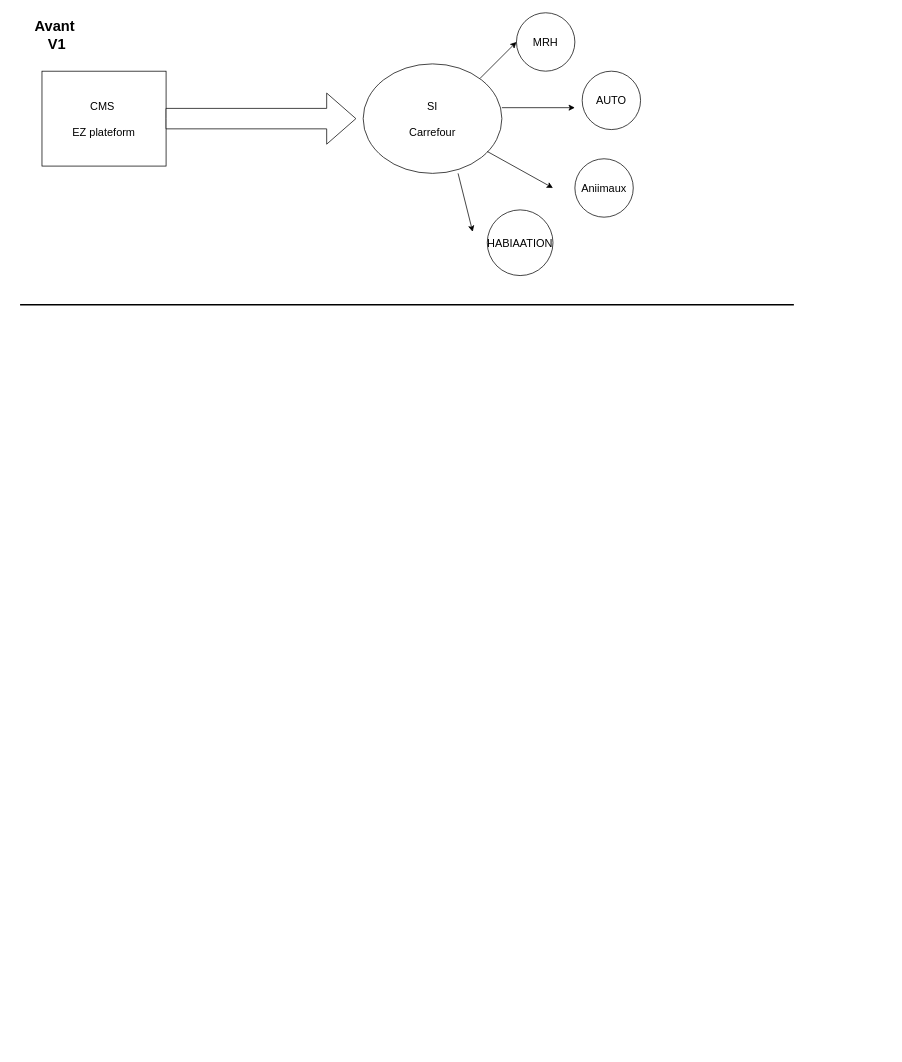
This is Untitled Diagram.drawio from aymenham/location-voiture-app, a draw.io file, before an edit. Source tidied: cells renumbered, new cells numbered last; positions are measured from the earlier drawing's top-left corner, leaving out a move shared by most shapes. Both pictures are drawn from the tidied source at 73%, with x=0, y=0 at pixel (20, 12).
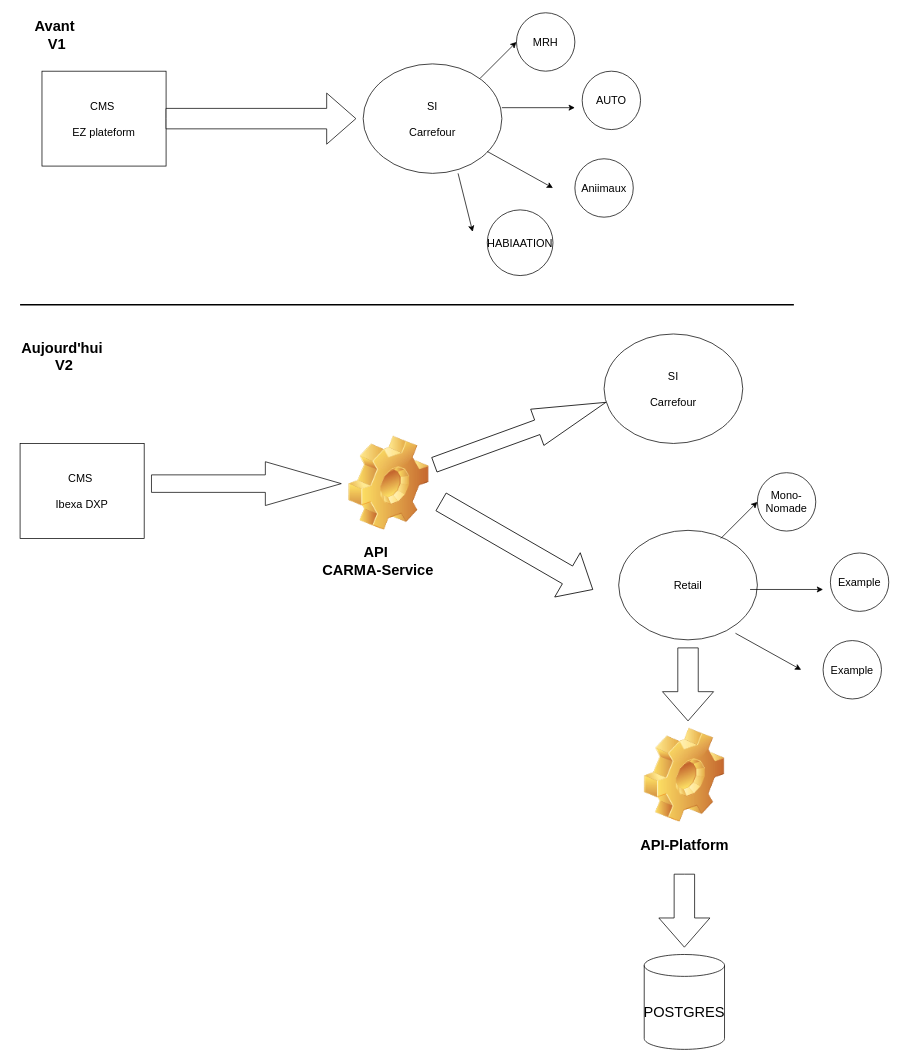
Above is the later version.

The edit, as a diff of the source:
```diff
@@
+    <mxCell id="15" value="Aujourd'hui&amp;nbsp;&lt;br style=&quot;font-size: 20px;&quot;&gt;V2" style="text;html=1;align=center;verticalAlign=middle;strokeColor=none;fillColor=none;fontSize=20;fontStyle=1;" parent="1" vertex="1">
+      <mxGeometry x="-10" y="440" width="140" height="60" as="geometry" />
+    </mxCell>
+    <mxCell id="16" value="&lt;font style=&quot;font-size: 15px;&quot;&gt;CMS&amp;nbsp;&lt;br&gt;&lt;br&gt;Ibexa DXP&lt;/font&gt;" style="rounded=0;whiteSpace=wrap;html=1;" parent="1" vertex="1">
+      <mxGeometry y="590" width="170" height="130" as="geometry" />
+    </mxCell>
+    <mxCell id="17" value="SI&lt;br&gt;&lt;br&gt;Carrefour" style="ellipse;whiteSpace=wrap;html=1;fontSize=15;" parent="1" vertex="1">
+      <mxGeometry x="800" y="440" width="190" height="150" as="geometry" />
+    </mxCell>
+    <mxCell id="18" style="shape=image;html=1;verticalLabelPosition=bottom;verticalAlign=top;imageAspect=1;image=img/clipart/Gear_128x128.png;fontSize=20;" parent="1" vertex="1">
+      <mxGeometry x="450" y="580" width="110" height="129" as="geometry" />
+    </mxCell>
+    <mxCell id="19" style="shape=singleArrow;whiteSpace=wrap;html=1;arrowWidth=0.4;arrowSize=0.4;fontSize=20;verticalAlign=top;rotation=-20;" parent="1" vertex="1">
+      <mxGeometry x="560" y="550" width="250" height="52.8" as="geometry" />
+    </mxCell>
+    <mxCell id="20" style="shape=singleArrow;whiteSpace=wrap;html=1;arrowWidth=0.4;arrowSize=0.4;rounded=0;" parent="1" vertex="1">
+      <mxGeometry x="180" y="615" width="260" height="60" as="geometry" />
+    </mxCell>
+    <mxCell id="21" value="API&amp;nbsp;&lt;br style=&quot;font-size: 20px;&quot;&gt;CARMA-Service" style="text;html=1;align=center;verticalAlign=middle;strokeColor=none;fillColor=none;fontSize=20;fontStyle=1;" parent="1" vertex="1">
+      <mxGeometry x="400" y="720" width="180" height="60" as="geometry" />
+    </mxCell>
+    <mxCell id="22" style="html=1;shadow=0;dashed=0;align=center;verticalAlign=middle;shape=mxgraph.arrows2.arrow;dy=0.6;dx=40;notch=0;fontSize=20;rotation=30;" parent="1" vertex="1">
+      <mxGeometry x="560.6" y="695" width="240" height="70" as="geometry" />
+    </mxCell>
+    <mxCell id="23" value="Retail" style="ellipse;whiteSpace=wrap;html=1;fontSize=15;" parent="1" vertex="1">
+      <mxGeometry x="820" y="709" width="190" height="150" as="geometry" />
+    </mxCell>
+    <mxCell id="24" style="endArrow=classic;html=1;rounded=0;fontSize=15;strokeColor=#000000;" parent="1" edge="1">
+      <mxGeometry relative="1" as="geometry">
+        <mxPoint x="960" y="720" as="sourcePoint" />
+        <mxPoint x="1010" y="670" as="targetPoint" />
+      </mxGeometry>
+    </mxCell>
+    <mxCell id="25" value="Mono-Nomade" style="ellipse;whiteSpace=wrap;html=1;fontSize=15;" parent="1" vertex="1">
+      <mxGeometry x="1010" y="630" width="80" height="80" as="geometry" />
+    </mxCell>
+    <mxCell id="26" style="endArrow=classic;html=1;rounded=0;fontSize=15;strokeColor=#000000;" parent="1" edge="1">
+      <mxGeometry relative="1" as="geometry">
+        <mxPoint x="1000" y="790" as="sourcePoint" />
+        <mxPoint x="1100" y="790" as="targetPoint" />
+      </mxGeometry>
+    </mxCell>
+    <mxCell id="27" style="endArrow=classic;html=1;rounded=0;fontSize=15;strokeColor=#000000;" parent="1" edge="1">
+      <mxGeometry relative="1" as="geometry">
+        <mxPoint x="980" y="850" as="sourcePoint" />
+        <mxPoint x="1070" y="900" as="targetPoint" />
+      </mxGeometry>
+    </mxCell>
+    <mxCell id="28" value="Example" style="ellipse;whiteSpace=wrap;html=1;fontSize=15;" parent="1" vertex="1">
+      <mxGeometry x="1110" y="740" width="80" height="80" as="geometry" />
+    </mxCell>
+    <mxCell id="29" value="Example" style="ellipse;whiteSpace=wrap;html=1;fontSize=15;" parent="1" vertex="1">
+      <mxGeometry x="1100" y="860" width="80" height="80" as="geometry" />
+    </mxCell>
+    <mxCell id="30" style="html=1;shadow=0;dashed=0;align=center;verticalAlign=middle;shape=mxgraph.arrows2.arrow;dy=0.6;dx=40;direction=south;notch=0;fontSize=20;" parent="1" vertex="1">
+      <mxGeometry x="880" y="870" width="70" height="100" as="geometry" />
+    </mxCell>
+    <mxCell id="31" style="shape=image;html=1;verticalLabelPosition=bottom;verticalAlign=top;imageAspect=1;image=img/clipart/Gear_128x128.png;fontSize=20;" parent="1" vertex="1">
+      <mxGeometry x="855" y="980" width="110" height="129" as="geometry" />
+    </mxCell>
+    <mxCell id="32" value="API-Platform" style="text;html=1;align=center;verticalAlign=middle;strokeColor=none;fillColor=none;fontSize=20;fontStyle=1;" parent="1" vertex="1">
+      <mxGeometry x="840" y="1120" width="140" height="40" as="geometry" />
+    </mxCell>
+    <mxCell id="33" style="html=1;shadow=0;dashed=0;align=center;verticalAlign=middle;shape=mxgraph.arrows2.arrow;dy=0.6;dx=40;direction=south;notch=0;fontSize=20;" parent="1" vertex="1">
+      <mxGeometry x="875" y="1180" width="70" height="100" as="geometry" />
+    </mxCell>
+    <mxCell id="34" value="POSTGRES" style="shape=cylinder3;whiteSpace=wrap;html=1;boundedLbl=1;backgroundOutline=1;size=15;fontSize=20;" parent="1" vertex="1">
+      <mxGeometry x="855" y="1290" width="110" height="130" as="geometry" />
+    </mxCell>
```
